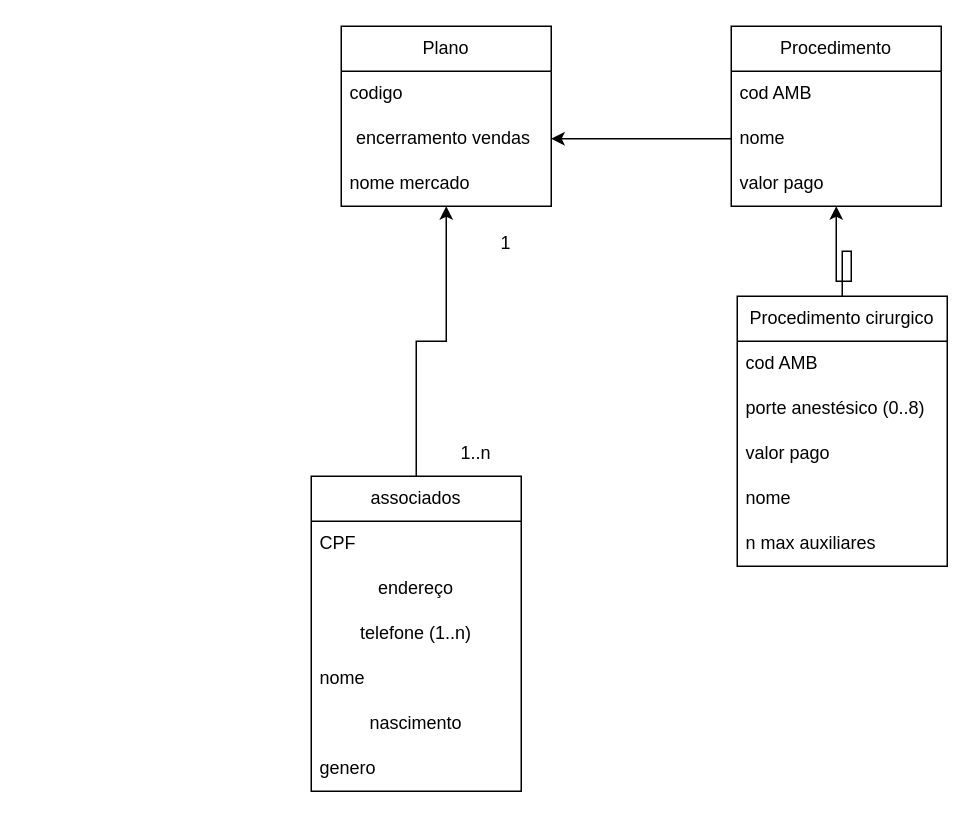
This is pré-g2.drawio from livramos/Modelagem-de-Dados-, a draw.io file, before an edit. Source tidied: cells renumbered, new cells numbered last; positions are measured from the earlier drawing's top-left corner, leaving out a move shared by most shapes. Both pictures are drawn from the tidied source at 150%, with x=0, y=0 at pixel (310, 26).
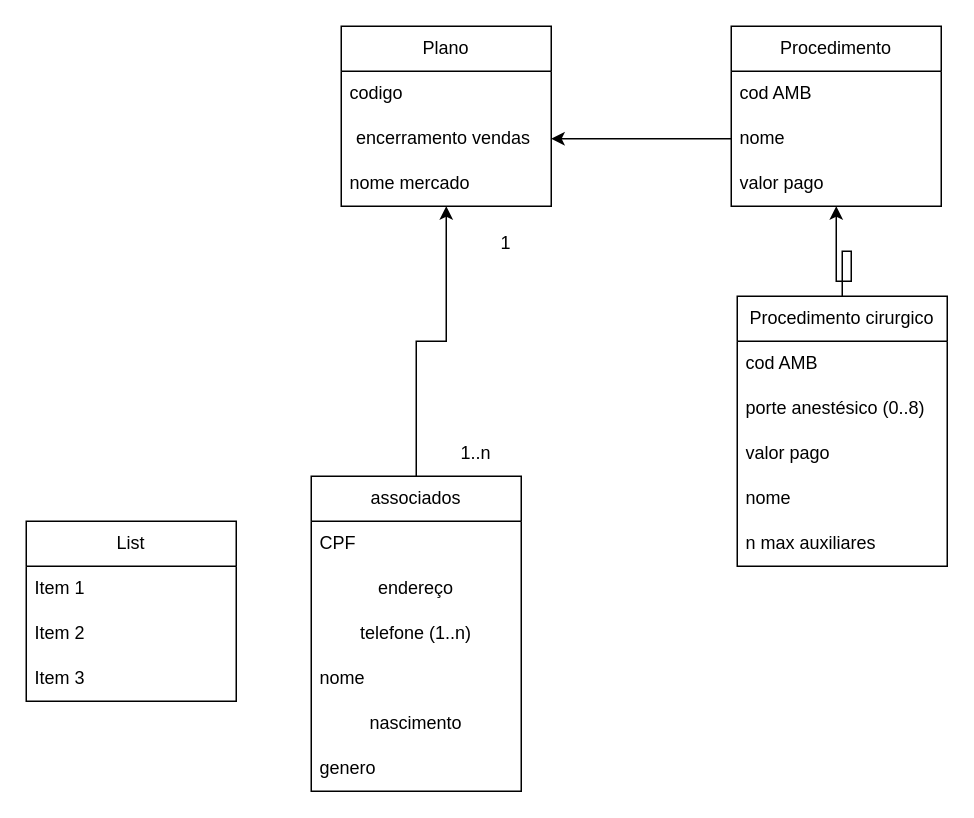
The same diagram, later.

Diff of the diagram source:
```diff
@@
+    <mxCell id="28" value="List" style="swimlane;fontStyle=0;horizontal=1;startSize=30;whiteSpace=wrap;html=1;" parent="1" vertex="1">
+      <mxGeometry x="-190" y="330" width="140" height="120" as="geometry" />
+    </mxCell>
+    <mxCell id="29" value="Item 1" style="text;strokeColor=none;fillColor=none;align=left;verticalAlign=middle;spacingLeft=4;spacingRight=4;overflow=hidden;whiteSpace=wrap;html=1;" parent="28" vertex="1">
+      <mxGeometry y="30" width="140" height="30" as="geometry" />
+    </mxCell>
+    <mxCell id="30" value="Item 2" style="text;strokeColor=none;fillColor=none;align=left;verticalAlign=middle;spacingLeft=4;spacingRight=4;overflow=hidden;whiteSpace=wrap;html=1;" parent="28" vertex="1">
+      <mxGeometry y="60" width="140" height="30" as="geometry" />
+    </mxCell>
+    <mxCell id="31" value="Item 3" style="text;strokeColor=none;fillColor=none;align=left;verticalAlign=middle;spacingLeft=4;spacingRight=4;overflow=hidden;whiteSpace=wrap;html=1;" parent="28" vertex="1">
+      <mxGeometry y="90" width="140" height="30" as="geometry" />
+    </mxCell>
```
